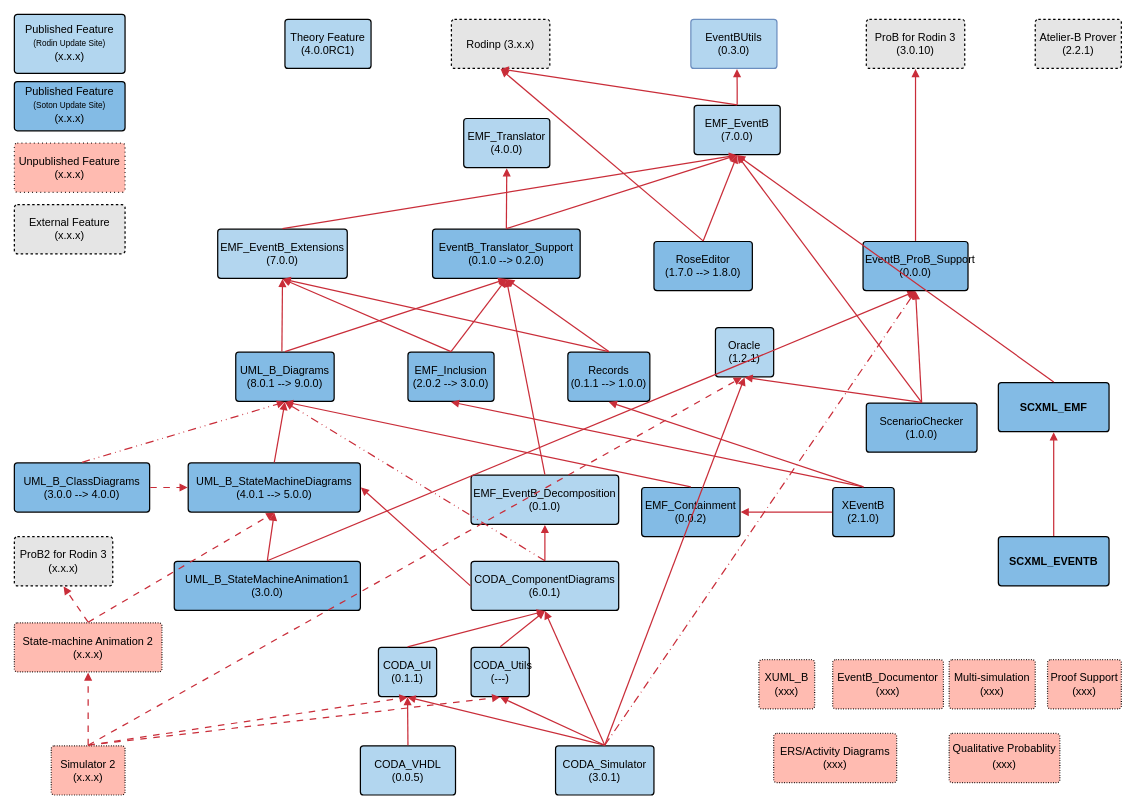
Earlier version of the draw.io diagram diagrams/Rodin Features.drawio (eventB-Soton/DevelopmentProcedures). Source tidied: cells renumbered, new cells numbered last; positions are measured from the earlier drawing's top-left corner, leaving out a move shared by most shapes. Both pictures are drawn from the tidied source at 82%, with x=0, y=0 at pixel (14, 14).
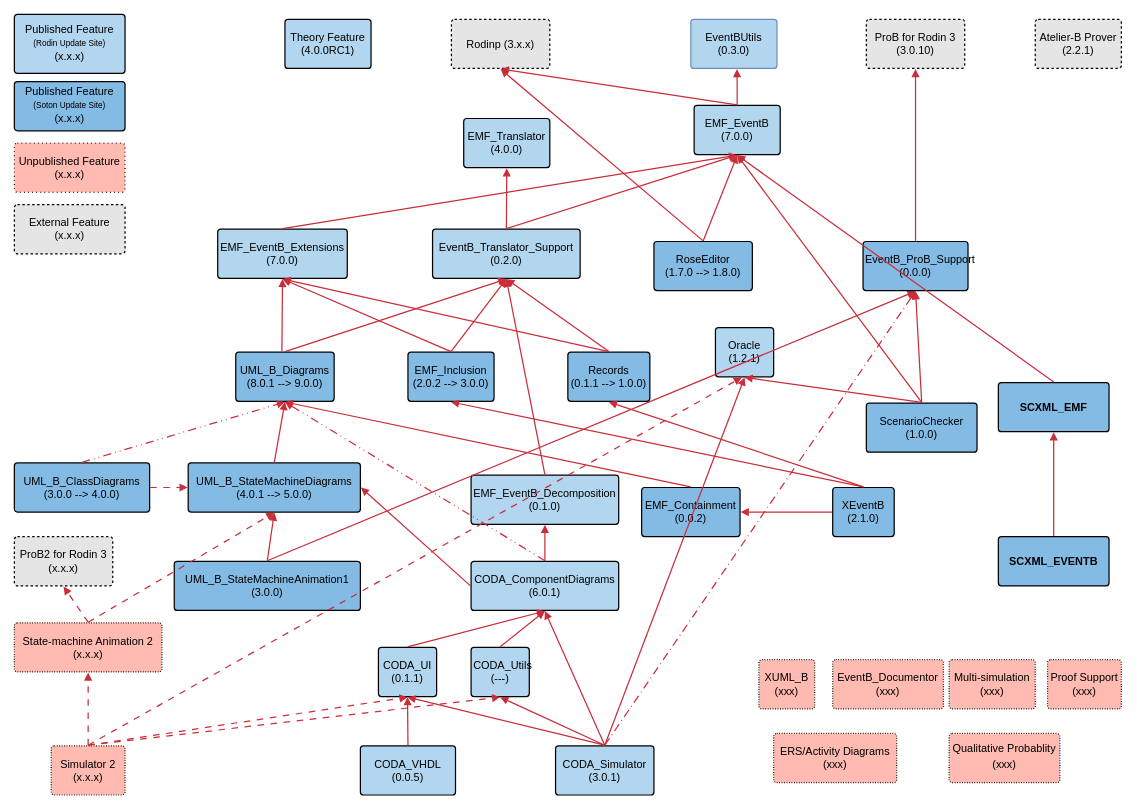
The same diagram, later.

Change to the diagram source:
```diff
@@
-    <mxCell id="6" value="EventB_Translator_Support (0.1.0 --&amp;gt; 0.2.0)" style="html=1;overflow=block;blockSpacing=1;whiteSpace=wrap;fontSize=13.3;fontColor=default;spacing=3.8;strokeOpacity=100;fillOpacity=100;rounded=1;absoluteArcSize=1;arcSize=7.5;fillColor=#83bbe5;strokeWidth=1.5;" parent="1" vertex="1">
+    <mxCell id="6" value="EventB_Translator_Support (0.2.0)" style="html=1;overflow=block;blockSpacing=1;whiteSpace=wrap;fontSize=13.3;fontColor=default;spacing=3.8;strokeOpacity=100;fillOpacity=100;rounded=1;absoluteArcSize=1;arcSize=7.5;fillColor=#b3d6ef;strokeWidth=1.5;" parent="1" vertex="1">
       <mxGeometry x="510" y="262" width="180" height="60" as="geometry" />
     </mxCell>
```
